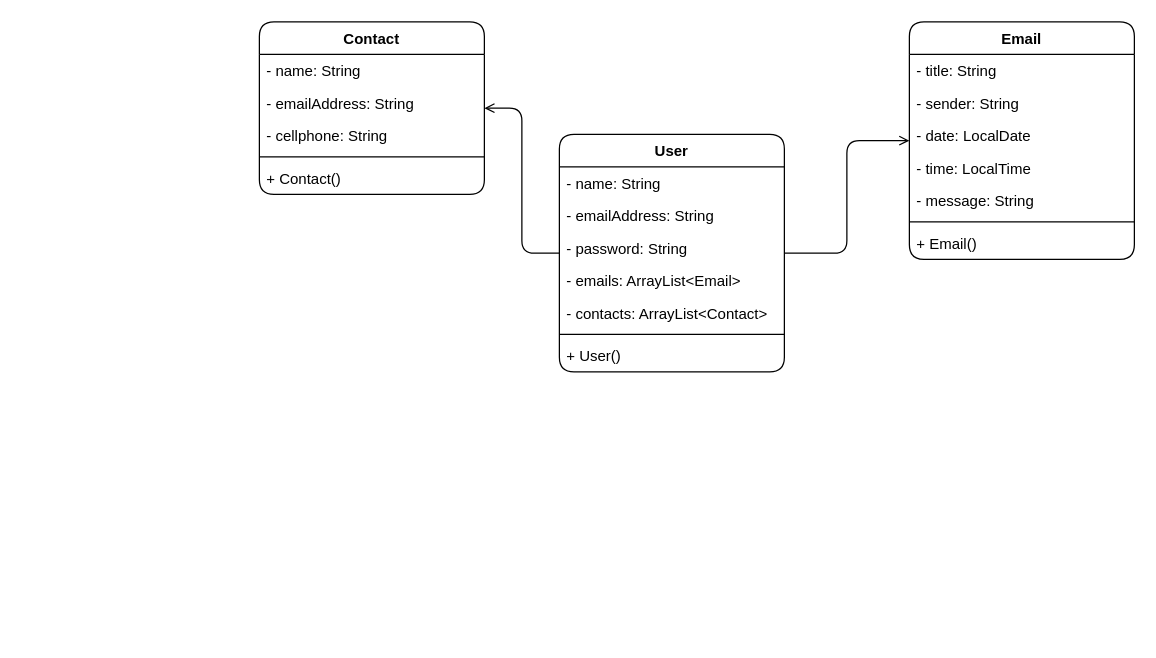
Above: page "Diagrama de clase" (1 of 3) of UML.drawio in EddyArriaga/mail (draw.io), before the change. Source tidied: cells renumbered, new cells numbered last; positions are measured from the earlier drawing's top-left corner, leaving out a move shared by most shapes. Both pictures are drawn from the tidied source at 125%, with x=0, y=0 at pixel (259, 21).
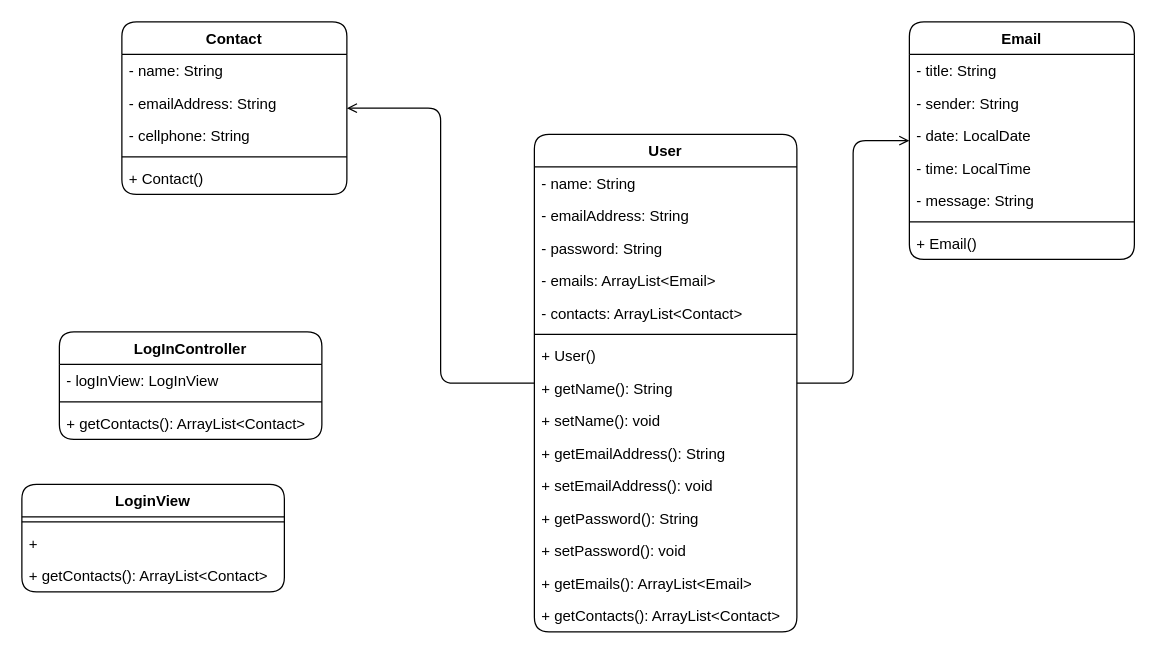
The same diagram, later.

The edit, as a diff of the source:
```diff
@@
     <mxCell id="4" value="User" style="swimlane;fontStyle=1;align=center;verticalAlign=top;horizontal=1;startSize=26;whiteSpace=wrap;html=1;rounded=1;" parent="1" vertex="1">
-      <mxGeometry x="240" y="90" width="180" height="190" as="geometry" />
+      <mxGeometry x="220" y="90" width="210" height="398" as="geometry" />
     </mxCell>
     <mxCell id="5" value="- name: String" style="text;strokeColor=none;fillColor=none;align=left;verticalAlign=top;spacingLeft=4;spacingRight=4;overflow=hidden;whiteSpace=wrap;html=1;" parent="4" vertex="1">
-      <mxGeometry y="26" width="180" height="26" as="geometry" />
+      <mxGeometry y="26" width="210" height="26" as="geometry" />
     </mxCell>
     <mxCell id="6" value="- emailAddress: String" style="text;strokeColor=none;fillColor=none;align=left;verticalAlign=top;spacingLeft=4;spacingRight=4;overflow=hidden;whiteSpace=wrap;html=1;" parent="4" vertex="1">
-      <mxGeometry y="52" width="180" height="26" as="geometry" />
+      <mxGeometry y="52" width="210" height="26" as="geometry" />
     </mxCell>
     <mxCell id="7" value="- password: String" style="text;strokeColor=none;fillColor=none;align=left;verticalAlign=top;spacingLeft=4;spacingRight=4;overflow=hidden;whiteSpace=wrap;html=1;" parent="4" vertex="1">
-      <mxGeometry y="78" width="180" height="26" as="geometry" />
+      <mxGeometry y="78" width="210" height="26" as="geometry" />
     </mxCell>
     <mxCell id="8" value="- emails: ArrayList&amp;lt;Email&amp;gt;" style="text;strokeColor=none;fillColor=none;align=left;verticalAlign=top;spacingLeft=4;spacingRight=4;overflow=hidden;whiteSpace=wrap;html=1;" parent="4" vertex="1">
-      <mxGeometry y="104" width="180" height="26" as="geometry" />
+      <mxGeometry y="104" width="210" height="26" as="geometry" />
     </mxCell>
     <mxCell id="9" value="- contacts: ArrayList&amp;lt;Contact&amp;gt;" style="text;strokeColor=none;fillColor=none;align=left;verticalAlign=top;spacingLeft=4;spacingRight=4;overflow=hidden;whiteSpace=wrap;html=1;" parent="4" vertex="1">
-      <mxGeometry y="130" width="180" height="26" as="geometry" />
+      <mxGeometry y="130" width="210" height="26" as="geometry" />
     </mxCell>
     <mxCell id="10" style="line;strokeWidth=1;fillColor=none;align=left;verticalAlign=middle;spacingTop=-1;spacingLeft=3;spacingRight=3;labelPosition=right;strokeColor=inherit;" parent="4" vertex="1">
-      <mxGeometry y="156" width="180" height="8" as="geometry" />
+      <mxGeometry y="156" width="210" height="8" as="geometry" />
     </mxCell>
     <mxCell id="11" value="+ User()" style="text;strokeColor=none;fillColor=none;align=left;verticalAlign=top;spacingLeft=4;spacingRight=4;overflow=hidden;whiteSpace=wrap;html=1;" parent="4" vertex="1">
-      <mxGeometry y="164" width="180" height="26" as="geometry" />
+      <mxGeometry y="164" width="210" height="26" as="geometry" />
     </mxCell>
+    <mxCell id="26" value="+ getName(): String" style="text;strokeColor=none;fillColor=none;align=left;verticalAlign=top;spacingLeft=4;spacingRight=4;overflow=hidden;whiteSpace=wrap;html=1;" parent="4" vertex="1">
+      <mxGeometry y="190" width="210" height="26" as="geometry" />
+    </mxCell>
+    <mxCell id="27" value="+ setName(): void" style="text;strokeColor=none;fillColor=none;align=left;verticalAlign=top;spacingLeft=4;spacingRight=4;overflow=hidden;whiteSpace=wrap;html=1;" parent="4" vertex="1">
+      <mxGeometry y="216" width="210" height="26" as="geometry" />
+    </mxCell>
+    <mxCell id="28" value="+ getEmailAddress(): String" style="text;strokeColor=none;fillColor=none;align=left;verticalAlign=top;spacingLeft=4;spacingRight=4;overflow=hidden;whiteSpace=wrap;html=1;" parent="4" vertex="1">
+      <mxGeometry y="242" width="210" height="26" as="geometry" />
+    </mxCell>
+    <mxCell id="29" value="+ setEmailAddress(): void" style="text;strokeColor=none;fillColor=none;align=left;verticalAlign=top;spacingLeft=4;spacingRight=4;overflow=hidden;whiteSpace=wrap;html=1;" parent="4" vertex="1">
+      <mxGeometry y="268" width="210" height="26" as="geometry" />
+    </mxCell>
+    <mxCell id="30" value="+ getPassword(): String" style="text;strokeColor=none;fillColor=none;align=left;verticalAlign=top;spacingLeft=4;spacingRight=4;overflow=hidden;whiteSpace=wrap;html=1;" parent="4" vertex="1">
+      <mxGeometry y="294" width="210" height="26" as="geometry" />
+    </mxCell>
+    <mxCell id="31" value="+ setPassword(): void" style="text;strokeColor=none;fillColor=none;align=left;verticalAlign=top;spacingLeft=4;spacingRight=4;overflow=hidden;whiteSpace=wrap;html=1;" parent="4" vertex="1">
+      <mxGeometry y="320" width="210" height="26" as="geometry" />
+    </mxCell>
+    <mxCell id="32" value="+ getEmails(): ArrayList&amp;lt;Email&amp;gt;" style="text;strokeColor=none;fillColor=none;align=left;verticalAlign=top;spacingLeft=4;spacingRight=4;overflow=hidden;whiteSpace=wrap;html=1;" parent="4" vertex="1">
+      <mxGeometry y="346" width="210" height="26" as="geometry" />
+    </mxCell>
+    <mxCell id="33" value="+ getContacts(): ArrayList&amp;lt;Contact&amp;gt;" style="text;strokeColor=none;fillColor=none;align=left;verticalAlign=top;spacingLeft=4;spacingRight=4;overflow=hidden;whiteSpace=wrap;html=1;" parent="4" vertex="1">
+      <mxGeometry y="372" width="210" height="26" as="geometry" />
+    </mxCell>
@@
     <mxCell id="20" value="Contact" style="swimlane;fontStyle=1;align=center;verticalAlign=top;horizontal=1;startSize=26;whiteSpace=wrap;html=1;rounded=1;" parent="1" vertex="1">
-      <mxGeometry width="180" height="138" as="geometry" />
+      <mxGeometry x="-110" width="180" height="138" as="geometry" />
     </mxCell>
@@
+    <mxCell id="34" value="LoginView" style="swimlane;fontStyle=1;align=center;verticalAlign=top;horizontal=1;startSize=26;whiteSpace=wrap;html=1;rounded=1;" parent="1" vertex="1">
+      <mxGeometry x="-190" y="370" width="210" height="86" as="geometry" />
+    </mxCell>
+    <mxCell id="35" style="line;strokeWidth=1;fillColor=none;align=left;verticalAlign=middle;spacingTop=-1;spacingLeft=3;spacingRight=3;labelPosition=right;strokeColor=inherit;" parent="34" vertex="1">
+      <mxGeometry y="26" width="210" height="8" as="geometry" />
+    </mxCell>
+    <mxCell id="36" value="+&amp;nbsp;" style="text;strokeColor=none;fillColor=none;align=left;verticalAlign=top;spacingLeft=4;spacingRight=4;overflow=hidden;whiteSpace=wrap;html=1;" parent="34" vertex="1">
+      <mxGeometry y="34" width="210" height="26" as="geometry" />
+    </mxCell>
+    <mxCell id="37" value="+ getContacts(): ArrayList&amp;lt;Contact&amp;gt;" style="text;strokeColor=none;fillColor=none;align=left;verticalAlign=top;spacingLeft=4;spacingRight=4;overflow=hidden;whiteSpace=wrap;html=1;" parent="34" vertex="1">
+      <mxGeometry y="60" width="210" height="26" as="geometry" />
+    </mxCell>
+    <mxCell id="38" value="LogInController" style="swimlane;fontStyle=1;align=center;verticalAlign=top;horizontal=1;startSize=26;whiteSpace=wrap;html=1;rounded=1;" parent="1" vertex="1">
+      <mxGeometry x="-160" y="248" width="210" height="86" as="geometry" />
+    </mxCell>
+    <mxCell id="39" value="- logInView: LogInView" style="text;strokeColor=none;fillColor=none;align=left;verticalAlign=top;spacingLeft=4;spacingRight=4;overflow=hidden;whiteSpace=wrap;html=1;" parent="38" vertex="1">
+      <mxGeometry y="26" width="210" height="26" as="geometry" />
+    </mxCell>
+    <mxCell id="40" style="line;strokeWidth=1;fillColor=none;align=left;verticalAlign=middle;spacingTop=-1;spacingLeft=3;spacingRight=3;labelPosition=right;strokeColor=inherit;" parent="38" vertex="1">
+      <mxGeometry y="52" width="210" height="8" as="geometry" />
+    </mxCell>
+    <mxCell id="41" value="+ getContacts(): ArrayList&amp;lt;Contact&amp;gt;" style="text;strokeColor=none;fillColor=none;align=left;verticalAlign=top;spacingLeft=4;spacingRight=4;overflow=hidden;whiteSpace=wrap;html=1;" parent="38" vertex="1">
+      <mxGeometry y="60" width="210" height="26" as="geometry" />
+    </mxCell>
```
